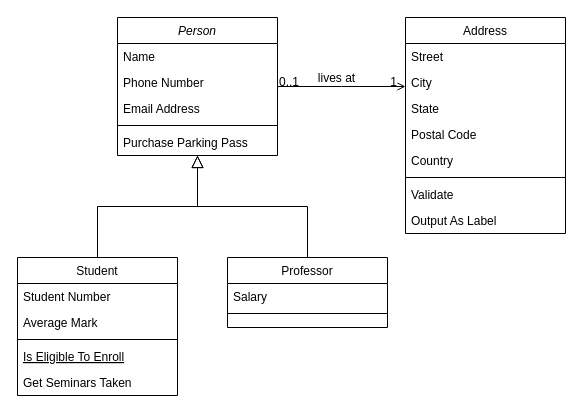
This is Ejercicio 3/Que hace_UML.drawio from chiarab22/Elpseudocodigo, a draw.io file, before an edit. Source tidied: cells renumbered, new cells numbered last; positions are measured from the earlier drawing's top-left corner, leaving out a move shared by most shapes. Both pictures are drawn from the tidied source at 100%, with x=0, y=0 at pixel (17, 17).
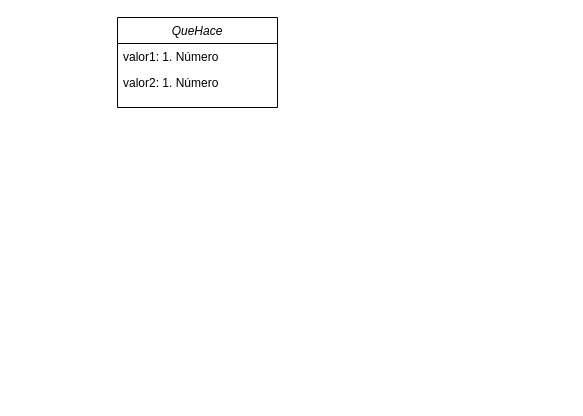
The same page after the edit.

Diff of the diagram source:
```diff
@@
-    <mxCell id="2" value="Person" style="swimlane;fontStyle=2;align=center;verticalAlign=top;horizontal=1;startSize=26;rounded=0;shadow=0;strokeWidth=1;" parent="1" vertex="1">
-      <mxGeometry x="100" width="160" height="138" as="geometry" />
+    <mxCell id="2" value="QueHace" style="swimlane;fontStyle=2;align=center;verticalAlign=top;horizontal=1;startSize=26;rounded=0;shadow=0;strokeWidth=1;" parent="1" vertex="1">
+      <mxGeometry x="100" width="160" height="90" as="geometry" />
     </mxCell>
-    <mxCell id="3" value="Name" style="text;align=left;verticalAlign=top;spacingLeft=4;spacingRight=4;overflow=hidden;" parent="2" vertex="1">
+    <mxCell id="3" value="valor1: 1. Número" style="text;align=left;verticalAlign=top;spacingLeft=4;spacingRight=4;overflow=hidden;" parent="2" vertex="1">
       <mxGeometry y="26" width="160" height="26" as="geometry" />
     </mxCell>
-    <mxCell id="4" value="Phone Number" style="text;align=left;verticalAlign=top;spacingLeft=4;spacingRight=4;overflow=hidden;rounded=0;shadow=0;html=0;" parent="2" vertex="1">
+    <mxCell id="4" value="valor2: 1. Número" style="text;align=left;verticalAlign=top;spacingLeft=4;spacingRight=4;overflow=hidden;rounded=0;shadow=0;html=0;" parent="2" vertex="1">
       <mxGeometry y="52" width="160" height="26" as="geometry" />
     </mxCell>
-    <mxCell id="5" value="Email Address" style="text;align=left;verticalAlign=top;spacingLeft=4;spacingRight=4;overflow=hidden;rounded=0;shadow=0;html=0;" parent="2" vertex="1">
-      <mxGeometry y="78" width="160" height="26" as="geometry" />
-    </mxCell>
-    <mxCell id="6" style="line;html=1;strokeWidth=1;align=left;verticalAlign=middle;spacingTop=-1;spacingLeft=3;spacingRight=3;labelPosition=right;" parent="2" vertex="1">
-      <mxGeometry y="104" width="160" height="8" as="geometry" />
-    </mxCell>
-    <mxCell id="7" value="Purchase Parking Pass" style="text;align=left;verticalAlign=top;spacingLeft=4;spacingRight=4;overflow=hidden;" parent="2" vertex="1">
-      <mxGeometry y="112" width="160" height="26" as="geometry" />
-    </mxCell>
-    <mxCell id="8" value="Student" style="swimlane;fontStyle=0;align=center;verticalAlign=top;horizontal=1;startSize=26;rounded=0;shadow=0;strokeWidth=1;" parent="1" vertex="1">
-      <mxGeometry y="240" width="160" height="138" as="geometry" />
-    </mxCell>
-    <mxCell id="9" value="Student Number" style="text;align=left;verticalAlign=top;spacingLeft=4;spacingRight=4;overflow=hidden;" parent="8" vertex="1">
-      <mxGeometry y="26" width="160" height="26" as="geometry" />
-    </mxCell>
-    <mxCell id="10" value="Average Mark" style="text;align=left;verticalAlign=top;spacingLeft=4;spacingRight=4;overflow=hidden;rounded=0;shadow=0;html=0;" parent="8" vertex="1">
-      <mxGeometry y="52" width="160" height="26" as="geometry" />
-    </mxCell>
-    <mxCell id="11" style="line;html=1;strokeWidth=1;align=left;verticalAlign=middle;spacingTop=-1;spacingLeft=3;spacingRight=3;labelPosition=right;" parent="8" vertex="1">
-      <mxGeometry y="78" width="160" height="8" as="geometry" />
-    </mxCell>
-    <mxCell id="12" value="Is Eligible To Enroll" style="text;align=left;verticalAlign=top;spacingLeft=4;spacingRight=4;overflow=hidden;fontStyle=4;" parent="8" vertex="1">
-      <mxGeometry y="86" width="160" height="26" as="geometry" />
-    </mxCell>
-    <mxCell id="13" value="Get Seminars Taken" style="text;align=left;verticalAlign=top;spacingLeft=4;spacingRight=4;overflow=hidden;" parent="8" vertex="1">
-      <mxGeometry y="112" width="160" height="26" as="geometry" />
-    </mxCell>
-    <mxCell id="14" style="endArrow=block;endSize=10;endFill=0;shadow=0;strokeWidth=1;rounded=0;edgeStyle=elbowEdgeStyle;elbow=vertical;" parent="1" edge="1" source="8" target="2">
-      <mxGeometry relative="1" as="geometry" />
-    </mxCell>
-    <mxCell id="15" value="Professor" style="swimlane;fontStyle=0;align=center;verticalAlign=top;horizontal=1;startSize=26;rounded=0;shadow=0;strokeWidth=1;" parent="1" vertex="1">
-      <mxGeometry x="210" y="240" width="160" height="70" as="geometry" />
-    </mxCell>
-    <mxCell id="16" value="Salary" style="text;align=left;verticalAlign=top;spacingLeft=4;spacingRight=4;overflow=hidden;" parent="15" vertex="1">
-      <mxGeometry y="26" width="160" height="26" as="geometry" />
-    </mxCell>
-    <mxCell id="17" style="line;html=1;strokeWidth=1;align=left;verticalAlign=middle;spacingTop=-1;spacingLeft=3;spacingRight=3;labelPosition=right;" parent="15" vertex="1">
-      <mxGeometry y="52" width="160" height="8" as="geometry" />
-    </mxCell>
-    <mxCell id="18" style="endArrow=block;endSize=10;endFill=0;shadow=0;strokeWidth=1;rounded=0;edgeStyle=elbowEdgeStyle;elbow=vertical;" parent="1" edge="1" source="15" target="2">
-      <mxGeometry relative="1" as="geometry" />
-    </mxCell>
-    <mxCell id="19" value="Address" style="swimlane;fontStyle=0;align=center;verticalAlign=top;horizontal=1;startSize=26;rounded=0;shadow=0;strokeWidth=1;" parent="1" vertex="1">
-      <mxGeometry x="388" width="160" height="216" as="geometry" />
-    </mxCell>
-    <mxCell id="20" value="Street" style="text;align=left;verticalAlign=top;spacingLeft=4;spacingRight=4;overflow=hidden;" parent="19" vertex="1">
-      <mxGeometry y="26" width="160" height="26" as="geometry" />
-    </mxCell>
-    <mxCell id="21" value="City" style="text;align=left;verticalAlign=top;spacingLeft=4;spacingRight=4;overflow=hidden;rounded=0;shadow=0;html=0;" parent="19" vertex="1">
-      <mxGeometry y="52" width="160" height="26" as="geometry" />
-    </mxCell>
-    <mxCell id="22" value="State" style="text;align=left;verticalAlign=top;spacingLeft=4;spacingRight=4;overflow=hidden;rounded=0;shadow=0;html=0;" parent="19" vertex="1">
-      <mxGeometry y="78" width="160" height="26" as="geometry" />
-    </mxCell>
-    <mxCell id="23" value="Postal Code" style="text;align=left;verticalAlign=top;spacingLeft=4;spacingRight=4;overflow=hidden;rounded=0;shadow=0;html=0;" parent="19" vertex="1">
-      <mxGeometry y="104" width="160" height="26" as="geometry" />
-    </mxCell>
-    <mxCell id="24" value="Country" style="text;align=left;verticalAlign=top;spacingLeft=4;spacingRight=4;overflow=hidden;rounded=0;shadow=0;html=0;" parent="19" vertex="1">
-      <mxGeometry y="130" width="160" height="26" as="geometry" />
-    </mxCell>
-    <mxCell id="25" style="line;html=1;strokeWidth=1;align=left;verticalAlign=middle;spacingTop=-1;spacingLeft=3;spacingRight=3;labelPosition=right;" parent="19" vertex="1">
-      <mxGeometry y="156" width="160" height="8" as="geometry" />
-    </mxCell>
-    <mxCell id="26" value="Validate" style="text;align=left;verticalAlign=top;spacingLeft=4;spacingRight=4;overflow=hidden;" parent="19" vertex="1">
-      <mxGeometry y="164" width="160" height="26" as="geometry" />
-    </mxCell>
-    <mxCell id="27" value="Output As Label" style="text;align=left;verticalAlign=top;spacingLeft=4;spacingRight=4;overflow=hidden;" parent="19" vertex="1">
-      <mxGeometry y="190" width="160" height="26" as="geometry" />
-    </mxCell>
-    <mxCell id="28" style="endArrow=open;shadow=0;strokeWidth=1;rounded=0;endFill=1;edgeStyle=elbowEdgeStyle;elbow=vertical;" parent="1" edge="1" source="2" target="19">
-      <mxGeometry x="0.5" y="41" relative="1" as="geometry">
-        <mxPoint x="-40" y="32" as="offset" />
-      </mxGeometry>
-    </mxCell>
-    <mxCell id="29" value="0..1" style="align=left;verticalAlign=bottom;labelBackgroundColor=none;fontSize=12;" parent="28" vertex="1">
-      <mxGeometry x="-1" relative="1" as="geometry">
-        <mxPoint y="4" as="offset" />
-      </mxGeometry>
-    </mxCell>
-    <mxCell id="30" value="1" style="align=right;verticalAlign=bottom;labelBackgroundColor=none;fontSize=12;" parent="28" vertex="1">
-      <mxGeometry x="1" relative="1" as="geometry">
-        <mxPoint x="-7" y="4" as="offset" />
-      </mxGeometry>
-    </mxCell>
-    <mxCell id="31" value="lives at" style="text;html=1;align=center;verticalAlign=middle;labelBackgroundColor=none;rounded=0;shadow=0;strokeWidth=1;fontSize=12;" parent="28" vertex="1">
-      <mxGeometry x="0.5" y="49" relative="1" as="geometry">
-        <mxPoint x="-38" y="40" as="offset" />
-      </mxGeometry>
-    </mxCell>
```
